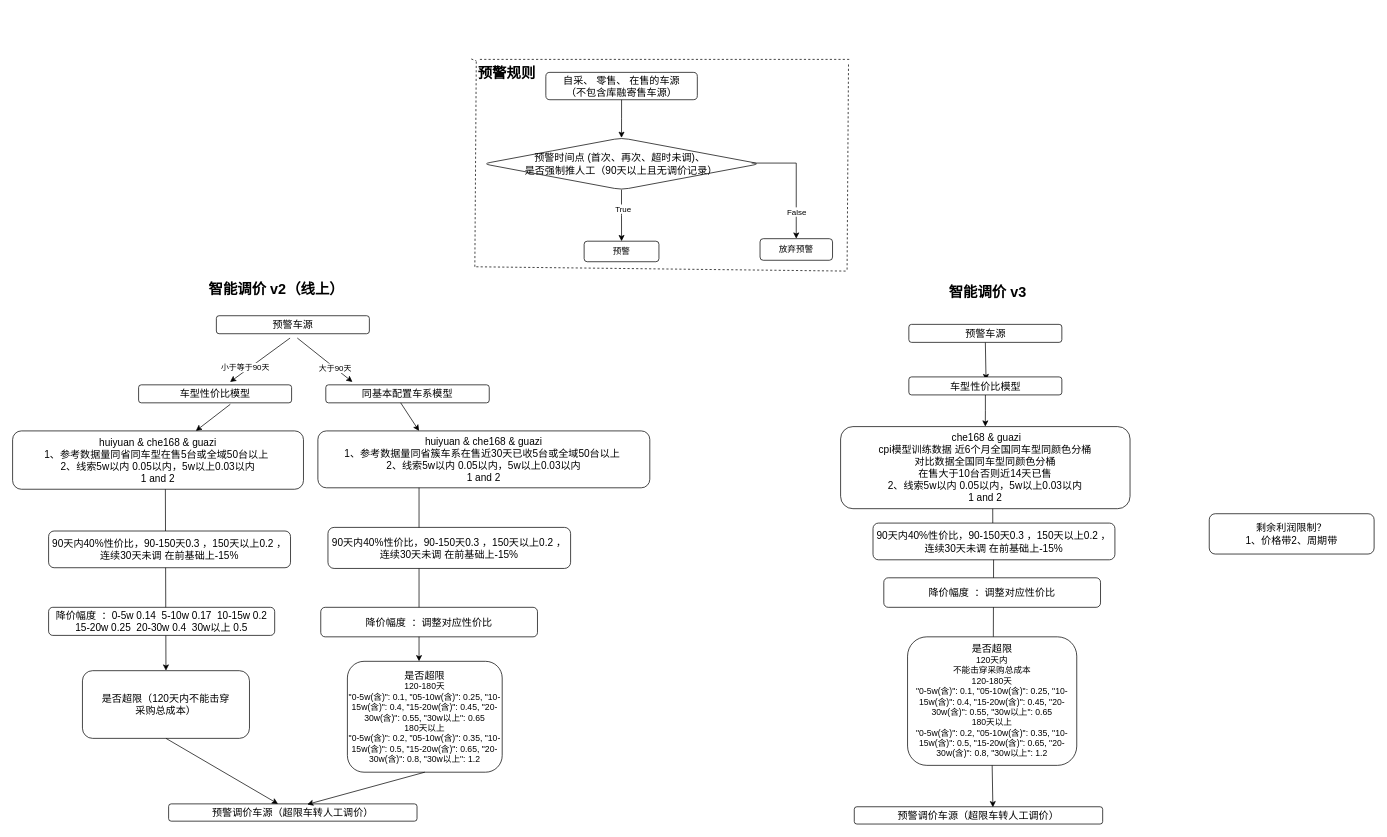
This is 1202调价流程图.drawio from mrlonely001/gittest, a draw.io file, before an edit. Source tidied: cells renumbered, new cells numbered last; positions are measured from the earlier drawing's top-left corner, leaving out a move shared by most shapes. Both pictures are drawn from the tidied source at 72%, with x=0, y=0 at pixel (12, 12).
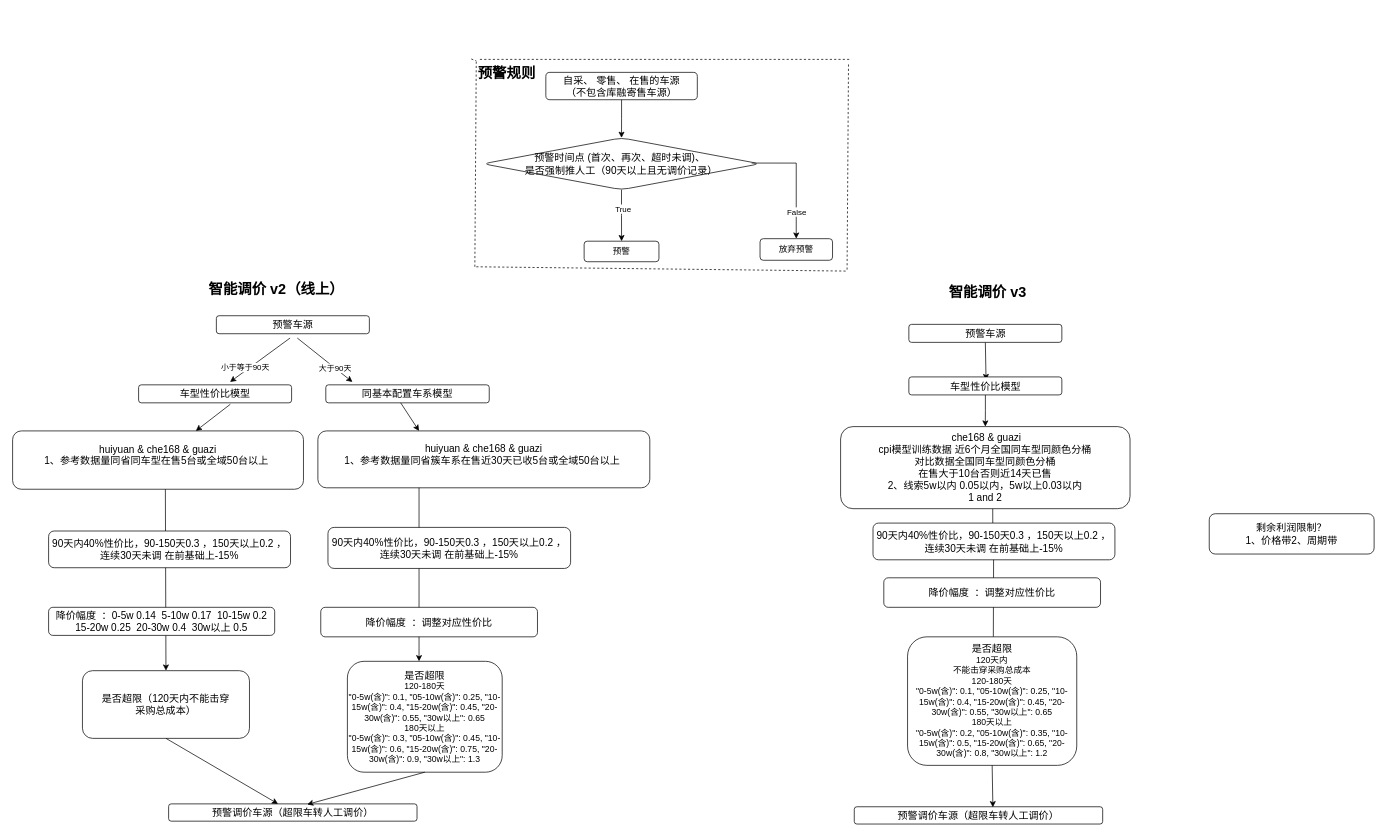
Above is the later version.

Commit message:
更新1202调价流程图.drawio

Diff of the diagram source:
```diff
@@
-    <mxCell id="14" value="&lt;font style=&quot;&quot;&gt;&lt;font style=&quot;font-size: 14px;&quot;&gt;huiyuan &amp;amp; che168 &amp;amp; guazi&lt;br&gt;1、参考数据量同省同车型在售5台或全域50台以上&amp;nbsp;&lt;br&gt;2、线索5w以内 0.05以内，5w以上0.03以内&lt;br&gt;1 and 2&lt;/font&gt;&lt;br&gt;&lt;/font&gt;" style="rounded=1;whiteSpace=wrap;html=1;" parent="1" vertex="1">
+    <mxCell id="14" value="&lt;font style=&quot;&quot;&gt;&lt;font style=&quot;font-size: 14px;&quot;&gt;huiyuan &amp;amp; che168 &amp;amp; guazi&lt;br&gt;1、参考数据量同省同车型在售5台或全域50台以上&amp;nbsp;&lt;br&gt;&lt;/font&gt;&lt;br&gt;&lt;/font&gt;" style="rounded=1;whiteSpace=wrap;html=1;" parent="1" vertex="1">
       <mxGeometry y="581" width="404" height="81" as="geometry" />
     </mxCell>
@@
-    <mxCell id="17" value="&lt;font style=&quot;font-size: 14px;&quot;&gt;是否超限&lt;br&gt;&lt;/font&gt;120-180天&lt;br&gt;&lt;font style=&quot;font-size: 12px;&quot;&gt;&quot;0-5w(含)&quot;: 0.1, &quot;05-10w(含)&quot;: 0.25, &quot;10-15w(含)&quot;: 0.4, &quot;15-20w(含)&quot;: 0.45, &quot;20-30w(含)&quot;: 0.55, &quot;30w以上&quot;: 0.65&lt;/font&gt;&lt;br&gt;180天以上&lt;br&gt;&quot;0-5w(含)&quot;: 0.2, &quot;05-10w(含)&quot;: 0.35, &quot;10-15w(含)&quot;: 0.5, &quot;15-20w(含)&quot;: 0.65, &quot;20-30w(含)&quot;: 0.8, &quot;30w以上&quot;: 1.2" style="rounded=1;whiteSpace=wrap;html=1;" parent="1" vertex="1">
+    <mxCell id="17" value="&lt;font style=&quot;font-size: 14px;&quot;&gt;是否超限&lt;br&gt;&lt;/font&gt;120-180天&lt;br&gt;&lt;font style=&quot;font-size: 12px;&quot;&gt;&quot;0-5w(含)&quot;: 0.1, &quot;05-10w(含)&quot;: 0.25, &quot;10-15w(含)&quot;: 0.4, &quot;15-20w(含)&quot;: 0.45, &quot;20-30w(含)&quot;: 0.55, &quot;30w以上&quot;: 0.65&lt;/font&gt;&lt;br&gt;180天以上&lt;br&gt;&quot;0-5w(含)&quot;: 0.3, &quot;05-10w(含)&quot;: 0.45, &quot;10-15w(含)&quot;: 0.6, &quot;15-20w(含)&quot;: 0.75, &quot;20-30w(含)&quot;: 0.9, &quot;30w以上&quot;: 1.3" style="rounded=1;whiteSpace=wrap;html=1;" parent="1" vertex="1">
       <mxGeometry x="465" y="901" width="215" height="154" as="geometry" />
     </mxCell>
@@
-    <mxCell id="41" value="&lt;font style=&quot;&quot;&gt;&lt;font style=&quot;font-size: 14px;&quot;&gt;huiyuan &amp;amp; che168 &amp;amp; guazi&lt;br&gt;1、参考数据量同省簇车系在售近30天已收5台或全域50台以上&amp;nbsp;&lt;br&gt;2、线索5w以内 0.05以内，5w以上0.03以内&lt;br&gt;1 and 2&lt;/font&gt;&lt;br&gt;&lt;/font&gt;" style="rounded=1;whiteSpace=wrap;html=1;" parent="1" vertex="1">
+    <mxCell id="41" value="&lt;font style=&quot;&quot;&gt;&lt;font style=&quot;font-size: 14px;&quot;&gt;huiyuan &amp;amp; che168 &amp;amp; guazi&lt;br&gt;1、参考数据量同省簇车系在售近30天已收5台或全域50台以上&amp;nbsp;&lt;br&gt;&lt;/font&gt;&lt;br&gt;&lt;/font&gt;" style="rounded=1;whiteSpace=wrap;html=1;" parent="1" vertex="1">
       <mxGeometry x="424" y="581" width="461" height="79" as="geometry" />
     </mxCell>
```
